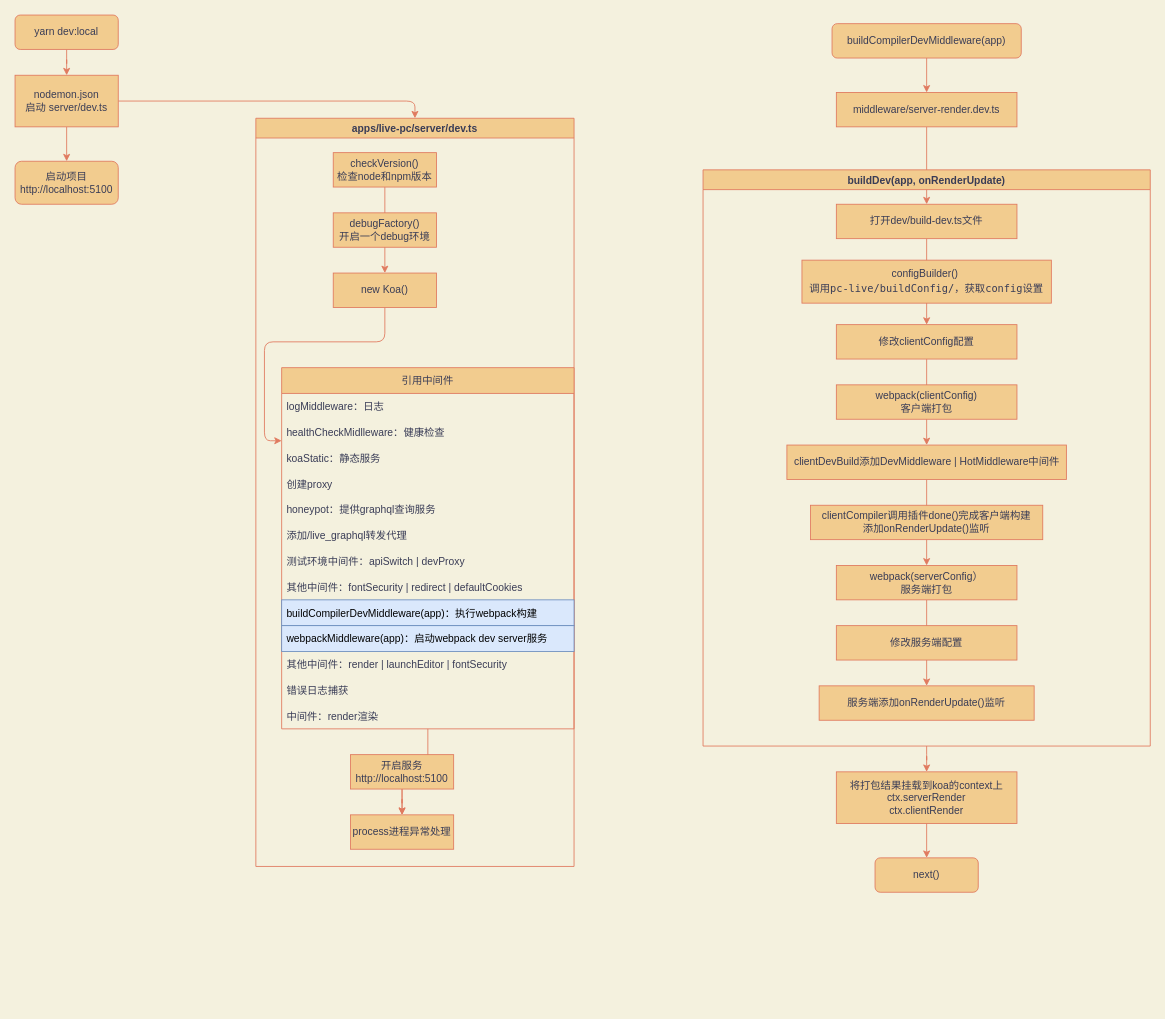
This is page "Page-1" (1 of 2) of graph-project.drawio from freshhan163/baiduAcademy, a draw.io file, before an edit. Source tidied: cells renumbered, new cells numbered last; positions are measured from the earlier drawing's top-left corner, leaving out a move shared by most shapes. Both pictures are drawn from the tidied source at 86%, with x=0, y=0 at pixel (15, 15).
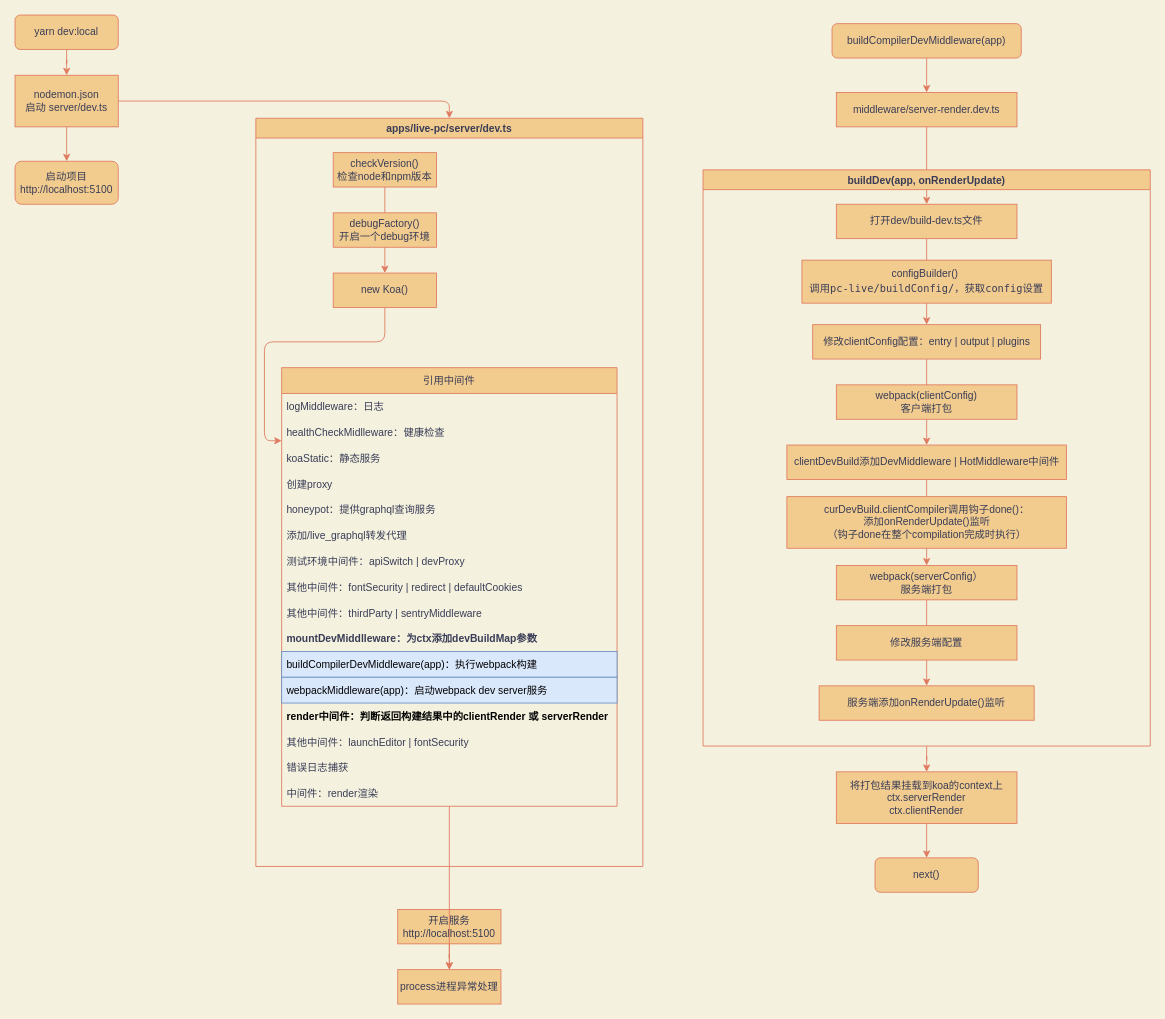
Above is the later version.

Unchanged cells that the change refers to:
```xml
<mxCell id="39" value="buildDev(app, onRenderUpdate)" style="swimlane;rounded=0;sketch=0;fontColor=#393C56;strokeColor=#E07A5F;fillColor=#F2CC8F;" parent="1" vertex="1">
  <mxGeometry x="800" y="180" width="520" height="670" as="geometry" />
</mxCell>
```

The edit, as a diff of the source:
```diff
@@
     <mxCell id="7" value="apps/live-pc/server/dev.ts" style="swimlane;rounded=0;sketch=0;fontColor=#393C56;strokeColor=#E07A5F;fillColor=#F2CC8F;startSize=23;" parent="1" vertex="1">
-      <mxGeometry x="280" y="120" width="370" height="870" as="geometry" />
+      <mxGeometry x="280" y="120" width="450" height="870" as="geometry" />
     </mxCell>
@@
-    <mxCell id="11" style="edgeStyle=orthogonalEdgeStyle;curved=0;rounded=1;sketch=0;jettySize=auto;html=1;fontColor=#393C56;strokeColor=#E07A5F;fillColor=#F2CC8F;" parent="7" edge="1" source="12" target="30">
-      <mxGeometry relative="1" as="geometry" />
-    </mxCell>
     <mxCell id="12" value="引用中间件" style="swimlane;fontStyle=0;horizontal=1;startSize=30;rounded=0;sketch=0;fontColor=#393C56;strokeColor=#E07A5F;fillColor=#F2CC8F;" parent="7" vertex="1">
-      <mxGeometry x="30" y="290" width="340" height="420" as="geometry" />
+      <mxGeometry x="30" y="290" width="390" height="510" as="geometry" />
     </mxCell>
     <mxCell id="13" value="logMiddleware：日志" style="text;strokeColor=none;fillColor=none;align=left;verticalAlign=middle;spacingLeft=4;spacingRight=4;overflow=hidden;rounded=0;sketch=0;fontColor=#393C56;" parent="12" vertex="1">
-      <mxGeometry y="30" width="340" height="30" as="geometry" />
+      <mxGeometry y="30" width="390" height="30" as="geometry" />
     </mxCell>
     <mxCell id="14" value="healthCheckMidlleware：健康检查" style="text;strokeColor=none;fillColor=none;align=left;verticalAlign=middle;spacingLeft=4;spacingRight=4;overflow=hidden;points=[[0,0.5],[1,0.5]];portConstraint=eastwest;rounded=0;sketch=0;fontColor=#393C56;" parent="12" vertex="1">
-      <mxGeometry y="60" width="340" height="30" as="geometry" />
+      <mxGeometry y="60" width="390" height="30" as="geometry" />
     </mxCell>
     <mxCell id="15" value="koaStatic：静态服务" style="text;strokeColor=none;fillColor=none;align=left;verticalAlign=middle;spacingLeft=4;spacingRight=4;overflow=hidden;rounded=0;sketch=0;fontColor=#393C56;" parent="12" vertex="1">
-      <mxGeometry y="90" width="340" height="30" as="geometry" />
+      <mxGeometry y="90" width="390" height="30" as="geometry" />
     </mxCell>
     <mxCell id="16" value="创建proxy" style="text;strokeColor=none;fillColor=none;align=left;verticalAlign=middle;spacingLeft=4;spacingRight=4;overflow=hidden;rounded=0;sketch=0;fontColor=#393C56;" parent="12" vertex="1">
-      <mxGeometry y="120" width="340" height="30" as="geometry" />
+      <mxGeometry y="120" width="390" height="30" as="geometry" />
     </mxCell>
     <mxCell id="17" value="honeypot：提供graphql查询服务" style="text;strokeColor=none;fillColor=none;align=left;verticalAlign=middle;spacingLeft=4;spacingRight=4;overflow=hidden;rounded=0;sketch=0;fontColor=#393C56;" parent="12" vertex="1">
-      <mxGeometry y="150" width="340" height="30" as="geometry" />
+      <mxGeometry y="150" width="390" height="30" as="geometry" />
     </mxCell>
     <mxCell id="18" value="添加/live_graphql转发代理" style="text;strokeColor=none;fillColor=none;align=left;verticalAlign=middle;spacingLeft=4;spacingRight=4;overflow=hidden;rounded=0;sketch=0;fontColor=#393C56;" parent="12" vertex="1">
-      <mxGeometry y="180" width="340" height="30" as="geometry" />
+      <mxGeometry y="180" width="390" height="30" as="geometry" />
     </mxCell>
     <mxCell id="19" value="测试环境中间件：apiSwitch | devProxy" style="text;strokeColor=none;fillColor=none;align=left;verticalAlign=middle;spacingLeft=4;spacingRight=4;overflow=hidden;rounded=0;sketch=0;fontColor=#393C56;" parent="12" vertex="1">
-      <mxGeometry y="210" width="340" height="30" as="geometry" />
+      <mxGeometry y="210" width="390" height="30" as="geometry" />
     </mxCell>
     <mxCell id="20" value="其他中间件：fontSecurity | redirect | defaultCookies" style="text;strokeColor=none;fillColor=none;align=left;verticalAlign=middle;spacingLeft=4;spacingRight=4;overflow=hidden;rounded=0;sketch=0;fontColor=#393C56;" parent="12" vertex="1">
-      <mxGeometry y="240" width="340" height="30" as="geometry" />
+      <mxGeometry y="240" width="390" height="30" as="geometry" />
     </mxCell>
+    <mxCell id="54" value="其他中间件：thirdParty | sentryMiddleware" style="text;strokeColor=none;fillColor=none;align=left;verticalAlign=middle;spacingLeft=4;spacingRight=4;overflow=hidden;rounded=0;sketch=0;fontColor=#393C56;" parent="12" vertex="1">
+      <mxGeometry y="270" width="390" height="30" as="geometry" />
+    </mxCell>
+    <mxCell id="55" value="mountDevMiddlleware：为ctx添加devBuildMap参数" style="text;strokeColor=none;fillColor=none;align=left;verticalAlign=middle;spacingLeft=4;spacingRight=4;overflow=hidden;rounded=0;sketch=0;fontColor=#393C56;fontStyle=1;" parent="12" vertex="1">
+      <mxGeometry y="300" width="390" height="30" as="geometry" />
+    </mxCell>
     <mxCell id="21" value="buildCompilerDevMiddleware(app)：执行webpack构建" style="text;strokeColor=#6c8ebf;fillColor=#dae8fc;align=left;verticalAlign=middle;spacingLeft=4;spacingRight=4;overflow=hidden;rounded=0;sketch=0;" parent="12" vertex="1">
-      <mxGeometry y="270" width="340" height="30" as="geometry" />
+      <mxGeometry y="330" width="390" height="30" as="geometry" />
     </mxCell>
     <mxCell id="22" value="webpackMiddleware(app)：启动webpack dev server服务" style="text;strokeColor=#6c8ebf;fillColor=#dae8fc;align=left;verticalAlign=middle;spacingLeft=4;spacingRight=4;overflow=hidden;rounded=0;sketch=0;" parent="12" vertex="1">
-      <mxGeometry y="300" width="340" height="30" as="geometry" />
+      <mxGeometry y="360" width="390" height="30" as="geometry" />
     </mxCell>
-    <mxCell id="23" value="其他中间件：render | launchEditor | fontSecurity" style="text;strokeColor=none;fillColor=none;align=left;verticalAlign=middle;spacingLeft=4;spacingRight=4;overflow=hidden;rounded=0;sketch=0;fontColor=#393C56;" parent="12" vertex="1">
-      <mxGeometry y="330" width="340" height="30" as="geometry" />
+    <mxCell id="23" value="render中间件：判断返回构建结果中的clientRender 或 serverRender" style="text;align=left;verticalAlign=middle;spacingLeft=4;spacingRight=4;overflow=hidden;rounded=0;sketch=0;fontStyle=1;" parent="12" vertex="1">
+      <mxGeometry y="390" width="390" height="30" as="geometry" />
     </mxCell>
+    <mxCell id="56" value="其他中间件：launchEditor | fontSecurity" style="text;strokeColor=none;fillColor=none;align=left;verticalAlign=middle;spacingLeft=4;spacingRight=4;overflow=hidden;rounded=0;sketch=0;fontColor=#393C56;" parent="12" vertex="1">
+      <mxGeometry y="420" width="390" height="30" as="geometry" />
+    </mxCell>
     <mxCell id="24" value="错误日志捕获" style="text;strokeColor=none;fillColor=none;align=left;verticalAlign=middle;spacingLeft=4;spacingRight=4;overflow=hidden;rounded=0;sketch=0;fontColor=#393C56;" parent="12" vertex="1">
-      <mxGeometry y="360" width="340" height="30" as="geometry" />
+      <mxGeometry y="450" width="390" height="30" as="geometry" />
     </mxCell>
     <mxCell id="25" value="中间件：render渲染" style="text;strokeColor=none;fillColor=none;align=left;verticalAlign=middle;spacingLeft=4;spacingRight=4;overflow=hidden;rounded=0;sketch=0;fontColor=#393C56;" parent="12" vertex="1">
-      <mxGeometry y="390" width="340" height="30" as="geometry" />
+      <mxGeometry y="480" width="390" height="30" as="geometry" />
     </mxCell>
@@
-    <mxCell id="28" style="edgeStyle=orthogonalEdgeStyle;curved=0;rounded=1;sketch=0;jettySize=auto;html=1;fontColor=#393C56;strokeColor=#E07A5F;fillColor=#F2CC8F;" parent="7" edge="1" source="29" target="30">
-      <mxGeometry relative="1" as="geometry" />
-    </mxCell>
-    <mxCell id="29" value="开启服务&lt;br&gt;http://localhost:5100" style="rounded=0;whiteSpace=wrap;html=1;sketch=0;fontColor=#393C56;strokeColor=#E07A5F;fillColor=#F2CC8F;" parent="7" vertex="1">
-      <mxGeometry x="110" y="740" width="120" height="40" as="geometry" />
-    </mxCell>
-    <mxCell id="30" value="process进程异常处理" style="rounded=0;whiteSpace=wrap;html=1;sketch=0;fontColor=#393C56;strokeColor=#E07A5F;fillColor=#F2CC8F;" parent="7" vertex="1">
-      <mxGeometry x="110" y="810" width="120" height="40" as="geometry" />
-    </mxCell>
@@
-    <mxCell id="44" value="修改clientConfig配置" style="rounded=0;whiteSpace=wrap;html=1;sketch=0;fontColor=#393C56;strokeColor=#E07A5F;fillColor=#F2CC8F;" parent="39" vertex="1">
-      <mxGeometry x="155" y="180" width="210" height="40" as="geometry" />
+    <mxCell id="44" value="修改clientConfig配置：entry | output | plugins" style="rounded=0;whiteSpace=wrap;html=1;sketch=0;fontColor=#393C56;strokeColor=#E07A5F;fillColor=#F2CC8F;" parent="39" vertex="1">
+      <mxGeometry x="127.5" y="180" width="265" height="40" as="geometry" />
     </mxCell>
@@
-    <mxCell id="48" value="clientCompiler调用插件done()完成客户端构建&lt;br&gt;添加onRenderUpdate()监听" style="rounded=0;whiteSpace=wrap;html=1;sketch=0;fontColor=#393C56;strokeColor=#E07A5F;fillColor=#F2CC8F;" parent="39" vertex="1">
-      <mxGeometry x="125" y="390" width="270" height="40" as="geometry" />
+    <mxCell id="48" value="curDevBuild.clientCompiler调用钩子done()：&lt;br&gt;添加onRenderUpdate()监听&lt;br&gt;（钩子done在整个compilation完成时执行）" style="rounded=0;whiteSpace=wrap;html=1;sketch=0;fontColor=#393C56;strokeColor=#E07A5F;fillColor=#F2CC8F;" parent="39" vertex="1">
+      <mxGeometry x="97.5" y="380" width="325" height="60" as="geometry" />
     </mxCell>
@@
+    <mxCell id="29" value="开启服务&lt;br&gt;http://localhost:5100" style="rounded=0;whiteSpace=wrap;html=1;sketch=0;fontColor=#393C56;strokeColor=#E07A5F;fillColor=#F2CC8F;" parent="1" vertex="1">
+      <mxGeometry x="445" y="1040" width="120" height="40" as="geometry" />
+    </mxCell>
+    <mxCell id="30" value="process进程异常处理" style="rounded=0;whiteSpace=wrap;html=1;sketch=0;fontColor=#393C56;strokeColor=#E07A5F;fillColor=#F2CC8F;" parent="1" vertex="1">
+      <mxGeometry x="445" y="1110" width="120" height="40" as="geometry" />
+    </mxCell>
+    <mxCell id="28" style="edgeStyle=orthogonalEdgeStyle;curved=0;rounded=1;sketch=0;jettySize=auto;html=1;fontColor=#393C56;strokeColor=#E07A5F;fillColor=#F2CC8F;" parent="1" edge="1" source="29" target="30">
+      <mxGeometry relative="1" as="geometry" />
+    </mxCell>
+    <mxCell id="11" style="edgeStyle=orthogonalEdgeStyle;curved=0;rounded=1;sketch=0;jettySize=auto;html=1;fontColor=#393C56;strokeColor=#E07A5F;fillColor=#F2CC8F;" parent="1" edge="1" source="12" target="30">
+      <mxGeometry relative="1" as="geometry" />
+    </mxCell>
```
